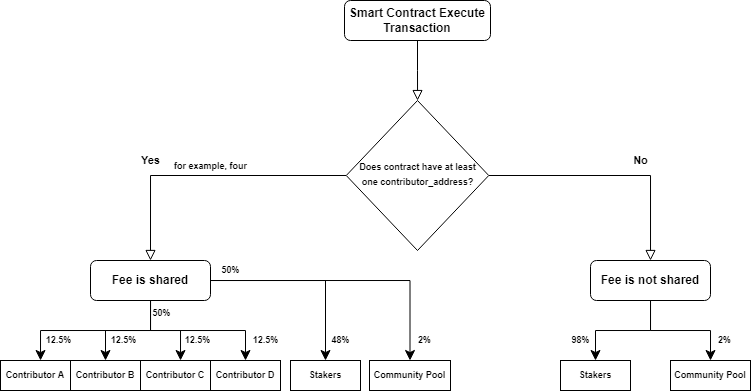
Before: contributor-incentivized fee sharing.png, a diagram exported from draw.io (CamelJuno/diagrams). Source tidied: cells renumbered, new cells last; positions are measured from the earlier drawing's top-left corner, leaving out a move shared by most shapes.
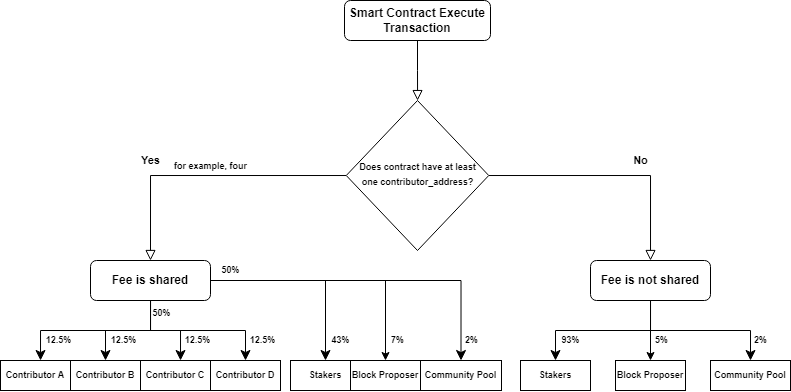
The same diagram one commit later.

Commit message:
finalize contributor incentivized fee sharing mechanism flow diagram

Change to the diagram source:
```diff
@@ -28,6 +28,9 @@
     <mxCell id="8" style="edgeStyle=orthogonalEdgeStyle;rounded=0;jettySize=auto;html=1;entryX=0.5;entryY=0;entryDx=0;entryDy=0;fontSize=9;endSize=8;" parent="1" edge="1" source="9" target="24">
       <mxGeometry relative="1" as="geometry" />
     </mxCell>
+    <mxCell id="36" style="edgeStyle=orthogonalEdgeStyle;rounded=0;jettySize=auto;html=1;entryX=0.5;entryY=0;entryDx=0;entryDy=0;" parent="1" edge="1" source="9" target="38">
+      <mxGeometry relative="1" as="geometry" />
+    </mxCell>
     <mxCell id="9" value="&lt;b&gt;Fee is not shared&lt;/b&gt;" style="rounded=1;whiteSpace=wrap;html=1;fontSize=12;glass=0;strokeWidth=1;shadow=0;" parent="1" vertex="1">
       <mxGeometry x="590" y="260" width="120" height="40" as="geometry" />
     </mxCell>
@@ -59,6 +62,9 @@
     <mxCell id="15" style="edgeStyle=orthogonalEdgeStyle;rounded=0;jettySize=auto;html=1;entryX=0.5;entryY=0;entryDx=0;entryDy=0;fontSize=9;endSize=8;" parent="1" edge="1" source="16" target="25">
       <mxGeometry relative="1" as="geometry" />
     </mxCell>
+    <mxCell id="37" style="edgeStyle=orthogonalEdgeStyle;rounded=0;jettySize=auto;html=1;entryX=0.5;entryY=0;entryDx=0;entryDy=0;" parent="1" edge="1" source="16" target="40">
+      <mxGeometry relative="1" as="geometry" />
+    </mxCell>
     <mxCell id="16" value="&lt;b&gt;Fee is shared&lt;/b&gt;" style="rounded=1;whiteSpace=wrap;html=1;" parent="1" vertex="1">
       <mxGeometry x="90" y="260" width="120" height="40" as="geometry" />
     </mxCell>
@@ -78,31 +84,31 @@
       <mxGeometry x="210" y="360" width="70" height="30" as="geometry" />
     </mxCell>
     <mxCell id="22" value="&lt;b&gt;Stakers&lt;/b&gt;" style="rounded=1;whiteSpace=wrap;html=1;fontSize=9;arcSize=0;" parent="1" vertex="1">
-      <mxGeometry x="560" y="360" width="70" height="30" as="geometry" />
+      <mxGeometry x="520" y="360" width="70" height="30" as="geometry" />
     </mxCell>
     <mxCell id="23" value="&lt;b&gt;Community Pool&lt;/b&gt;" style="rounded=1;whiteSpace=wrap;html=1;fontSize=9;arcSize=0;" parent="1" vertex="1">
-      <mxGeometry x="369" y="360" width="81" height="30" as="geometry" />
+      <mxGeometry x="420" y="360" width="81" height="30" as="geometry" />
     </mxCell>
     <mxCell id="24" value="&lt;b&gt;Community Pool&lt;/b&gt;" style="rounded=1;whiteSpace=wrap;html=1;fontSize=9;arcSize=0;" parent="1" vertex="1">
-      <mxGeometry x="670" y="360" width="80" height="30" as="geometry" />
+      <mxGeometry x="710" y="360" width="80" height="30" as="geometry" />
     </mxCell>
     <mxCell id="25" value="&lt;b&gt;Stakers&lt;/b&gt;" style="rounded=1;whiteSpace=wrap;html=1;fontSize=9;arcSize=0;" parent="1" vertex="1">
       <mxGeometry x="290" y="360" width="70" height="30" as="geometry" />
     </mxCell>
     <mxCell id="26" value="&lt;b&gt;2%&lt;/b&gt;" style="text;html=1;align=center;verticalAlign=middle;strokeColor=none;fillColor=none;fontSize=9;" parent="1" vertex="1">
-      <mxGeometry x="704" y="330" width="40" height="20" as="geometry" />
+      <mxGeometry x="740" y="330" width="40" height="20" as="geometry" />
     </mxCell>
-    <mxCell id="27" value="&lt;b&gt;98%&lt;/b&gt;" style="text;html=1;align=center;verticalAlign=middle;strokeColor=none;fillColor=none;fontSize=9;" parent="1" vertex="1">
-      <mxGeometry x="560" y="330" width="40" height="20" as="geometry" />
+    <mxCell id="27" value="&lt;b&gt;93%&lt;/b&gt;" style="text;html=1;align=center;verticalAlign=middle;strokeColor=none;fillColor=none;fontSize=9;" parent="1" vertex="1">
+      <mxGeometry x="550" y="330" width="40" height="20" as="geometry" />
     </mxCell>
     <mxCell id="28" value="&lt;b&gt;2%&lt;/b&gt;" style="text;html=1;align=center;verticalAlign=middle;strokeColor=none;fillColor=none;fontSize=9;" parent="1" vertex="1">
-      <mxGeometry x="404" y="330" width="40" height="20" as="geometry" />
+      <mxGeometry x="451" y="330" width="40" height="20" as="geometry" />
     </mxCell>
-    <mxCell id="29" value="&lt;b&gt;48%&lt;/b&gt;" style="text;html=1;align=center;verticalAlign=middle;strokeColor=none;fillColor=none;fontSize=9;" parent="1" vertex="1">
+    <mxCell id="29" value="&lt;b&gt;43%&lt;/b&gt;" style="text;html=1;align=center;verticalAlign=middle;strokeColor=none;fillColor=none;fontSize=9;" parent="1" vertex="1">
       <mxGeometry x="320" y="330" width="40" height="20" as="geometry" />
     </mxCell>
     <mxCell id="30" value="&lt;b&gt;12.5%&lt;/b&gt;" style="text;html=1;align=center;verticalAlign=middle;strokeColor=none;fillColor=none;fontSize=9;" parent="1" vertex="1">
-      <mxGeometry x="240" y="330" width="50" height="20" as="geometry" />
+      <mxGeometry x="237" y="330" width="50" height="20" as="geometry" />
     </mxCell>
     <mxCell id="31" value="&lt;b&gt;12.5%&lt;/b&gt;" style="text;html=1;align=center;verticalAlign=middle;strokeColor=none;fillColor=none;fontSize=9;" parent="1" vertex="1">
       <mxGeometry x="172" y="330" width="50" height="20" as="geometry" />
@@ -119,5 +125,17 @@
     <mxCell id="35" value="&lt;b&gt;50%&lt;/b&gt;" style="text;html=1;align=center;verticalAlign=middle;strokeColor=none;fillColor=none;fontSize=9;" parent="1" vertex="1">
       <mxGeometry x="141" y="303" width="40" height="20" as="geometry" />
     </mxCell>
+    <mxCell id="38" value="&lt;b&gt;Block Proposer&lt;/b&gt;" style="rounded=1;whiteSpace=wrap;html=1;fontSize=9;arcSize=0;" parent="1" vertex="1">
+      <mxGeometry x="615" y="360" width="70" height="30" as="geometry" />
+    </mxCell>
+    <mxCell id="39" value="&lt;b&gt;5%&lt;/b&gt;" style="text;html=1;align=center;verticalAlign=middle;strokeColor=none;fillColor=none;fontSize=9;" parent="1" vertex="1">
+      <mxGeometry x="641" y="330" width="40" height="20" as="geometry" />
+    </mxCell>
+    <mxCell id="40" value="&lt;b&gt;Block Proposer&lt;/b&gt;" style="rounded=1;whiteSpace=wrap;html=1;fontSize=9;arcSize=0;" parent="1" vertex="1">
+      <mxGeometry x="350" y="360" width="70" height="30" as="geometry" />
+    </mxCell>
+    <mxCell id="41" value="&lt;b&gt;7%&lt;/b&gt;" style="text;html=1;align=center;verticalAlign=middle;strokeColor=none;fillColor=none;fontSize=9;" parent="1" vertex="1">
+      <mxGeometry x="377" y="330" width="40" height="20" as="geometry" />
+    </mxCell>
   </root>
 </mxGraphModel>
```
